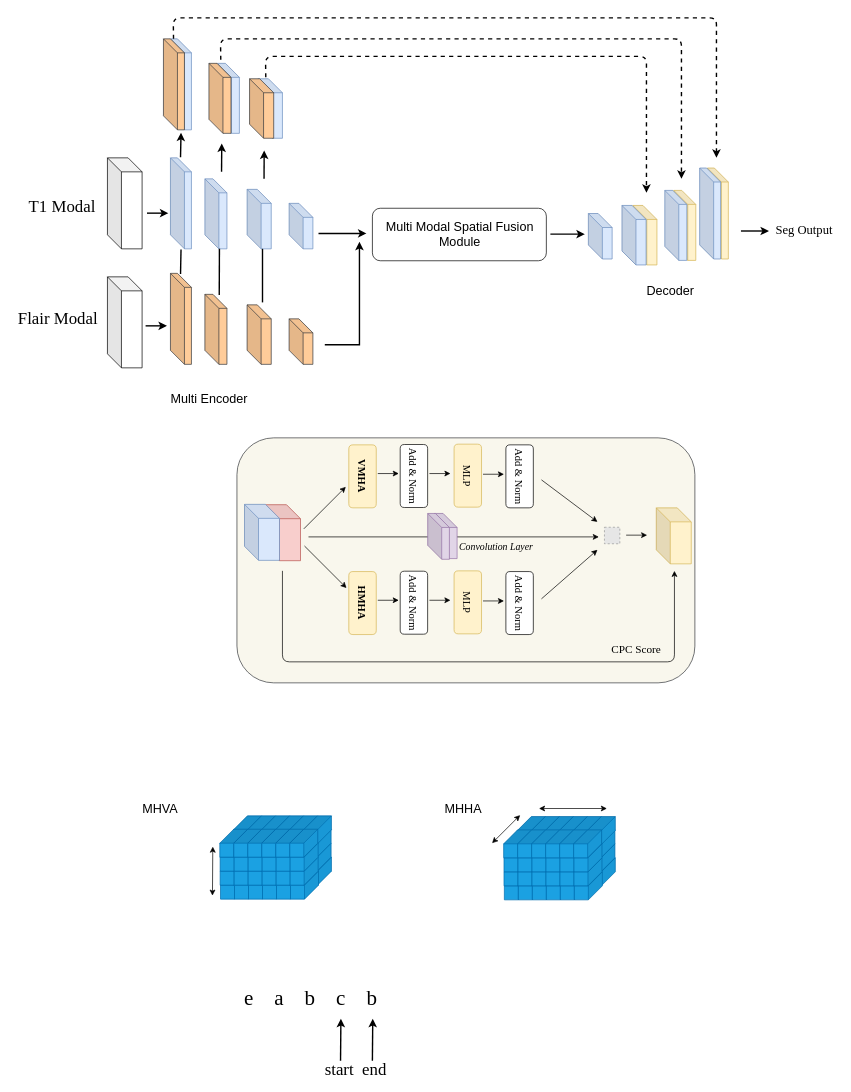
Before: image_spatial_transformer.drawio in 920232796/test, a draw.io diagram. Source tidied: cells renumbered, new cells numbered last; positions are measured from the earlier drawing's top-left corner, leaving out a move shared by most shapes. Both pictures are drawn from the tidied source at 70%, with x=0, y=0 at pixel (12, 18). Pictures stored in the file or linked from it are replaced by grey dashed boxes.
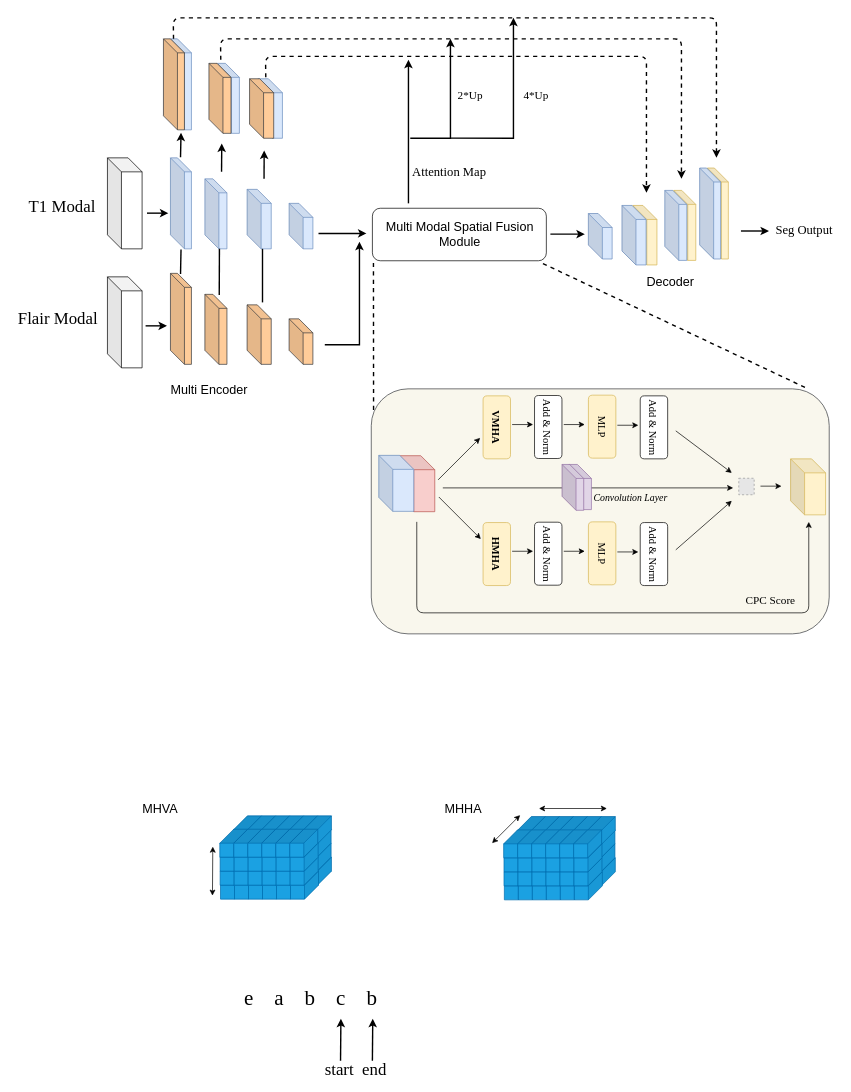
Above is the later version.

The edit, as a diff of the source:
```diff
@@
     <mxCell id="20" style="rounded=1;whiteSpace=wrap;html=1;align=center;fillColor=#f9f7ed;strokeColor=#36393d;" parent="1" vertex="1">
-      <mxGeometry x="321" y="600" width="654.2" height="350" as="geometry" />
+      <mxGeometry x="512.9" y="530" width="654.2" height="350" as="geometry" />
     </mxCell>
     <mxCell id="21" style="shape=cube;whiteSpace=wrap;html=1;boundedLbl=1;backgroundOutline=1;darkOpacity=0.05;darkOpacity2=0.1;fillColor=#f8cecc;strokeColor=#b85450;" parent="1" vertex="1">
-      <mxGeometry x="361.8" y="695.5" width="50" height="80" as="geometry" />
+      <mxGeometry x="553.6" y="625.5" width="50" height="80" as="geometry" />
     </mxCell>
     <mxCell id="22" style="shape=cube;whiteSpace=wrap;html=1;boundedLbl=1;backgroundOutline=1;darkOpacity=0.05;darkOpacity2=0.1;fillColor=#dae8fc;strokeColor=#6c8ebf;" parent="1" vertex="1">
-      <mxGeometry x="331.8" y="695" width="50" height="80" as="geometry" />
+      <mxGeometry x="523.6" y="625" width="50" height="80" as="geometry" />
     </mxCell>
     <mxCell id="23" value="&lt;font face=&quot;Times New Roman&quot; style=&quot;font-size: 15px&quot;&gt;VMHA&lt;/font&gt;" style="rounded=1;whiteSpace=wrap;html=1;align=center;horizontal=0;rotation=-180;fillColor=#fff2cc;strokeColor=#d6b656;fontSize=15;fontStyle=1;" parent="1" vertex="1">
-      <mxGeometry x="480.8" y="610" width="39.2" height="90" as="geometry" />
+      <mxGeometry x="672.6" y="540" width="39.2" height="90" as="geometry" />
     </mxCell>
     <mxCell id="24" style="endArrow=classic;html=1;" parent="1" edge="1">
       <mxGeometry relative="1" as="geometry">
-        <mxPoint x="522.2" y="651" as="sourcePoint" />
-        <mxPoint x="552.2" y="651" as="targetPoint" />
+        <mxPoint x="714.1" y="581" as="sourcePoint" />
+        <mxPoint x="744.1" y="581" as="targetPoint" />
       </mxGeometry>
     </mxCell>
     <mxCell id="25" style="endArrow=classic;html=1;exitX=0.995;exitY=0.514;exitDx=0;exitDy=0;exitPerimeter=0;" parent="1" edge="1">
       <mxGeometry relative="1" as="geometry">
-        <mxPoint x="416.5" y="730" as="sourcePoint" />
-        <mxPoint x="476.2" y="670" as="targetPoint" />
+        <mxPoint x="608.4" y="660" as="sourcePoint" />
+        <mxPoint x="668.1" y="600" as="targetPoint" />
         <Array as="points">
-          <mxPoint x="476.5" y="670" />
+          <mxPoint x="668.4" y="600" />
         </Array>
       </mxGeometry>
     </mxCell>
     <mxCell id="26" style="endArrow=classic;html=1;" parent="1" edge="1">
       <mxGeometry relative="1" as="geometry">
-        <mxPoint x="596" y="651" as="sourcePoint" />
-        <mxPoint x="626" y="651" as="targetPoint" />
+        <mxPoint x="787.9" y="581" as="sourcePoint" />
+        <mxPoint x="817.9" y="581" as="targetPoint" />
       </mxGeometry>
     </mxCell>
     <mxCell id="27" value="MLP" style="rounded=1;whiteSpace=wrap;html=1;align=center;horizontal=0;rotation=-180;fillColor=#fff2cc;strokeColor=#d6b656;fontFamily=Times New Roman;fontSize=15;" parent="1" vertex="1">
-      <mxGeometry x="631.2" y="609" width="39.2" height="90" as="geometry" />
+      <mxGeometry x="823.1" y="539" width="39.2" height="90" as="geometry" />
     </mxCell>
     <mxCell id="28" style="endArrow=classic;html=1;" parent="1" edge="1">
       <mxGeometry relative="1" as="geometry">
-        <mxPoint x="672.5" y="652" as="sourcePoint" />
-        <mxPoint x="702.5" y="652" as="targetPoint" />
+        <mxPoint x="864.4" y="582" as="sourcePoint" />
+        <mxPoint x="894.4" y="582" as="targetPoint" />
       </mxGeometry>
     </mxCell>
     <mxCell id="29" value="Add &amp;amp; Norm" style="rounded=1;whiteSpace=wrap;html=1;align=center;horizontal=0;rotation=-180;fontFamily=Times New Roman;fontSize=15;" parent="1" vertex="1">
-      <mxGeometry x="705.2" y="610" width="39.2" height="90" as="geometry" />
+      <mxGeometry x="897.1" y="540" width="39.2" height="90" as="geometry" />
     </mxCell>
     <mxCell id="30" style="endArrow=classic;html=1;exitX=0.995;exitY=0.514;exitDx=0;exitDy=0;exitPerimeter=0;" parent="1" edge="1">
       <mxGeometry relative="1" as="geometry">
-        <mxPoint x="417.5" y="754.5" as="sourcePoint" />
-        <mxPoint x="477.2" y="814.5" as="targetPoint" />
+        <mxPoint x="609.4" y="684.5" as="sourcePoint" />
+        <mxPoint x="669.1" y="744.5" as="targetPoint" />
         <Array as="points">
-          <mxPoint x="477.5" y="814.5" />
+          <mxPoint x="669.4" y="744.5" />
         </Array>
       </mxGeometry>
     </mxCell>
     <mxCell id="31" style="endArrow=classic;html=1;" parent="1" edge="1">
       <mxGeometry relative="1" as="geometry">
-        <mxPoint x="756" y="660" as="sourcePoint" />
-        <mxPoint x="836" y="720" as="targetPoint" />
+        <mxPoint x="947.9" y="590" as="sourcePoint" />
+        <mxPoint x="1027.9" y="650" as="targetPoint" />
       </mxGeometry>
     </mxCell>
     <mxCell id="32" style="endArrow=classic;html=1;" parent="1" edge="1">
       <mxGeometry relative="1" as="geometry">
-        <mxPoint x="756" y="830" as="sourcePoint" />
-        <mxPoint x="836" y="760" as="targetPoint" />
+        <mxPoint x="947.9" y="760" as="sourcePoint" />
+        <mxPoint x="1027.9" y="690" as="targetPoint" />
       </mxGeometry>
     </mxCell>
     <mxCell id="33" style="fillColor=#E6E6E6;strokeColor=#999999;dashed=1;verticalLabelPosition=bottom;labelBackgroundColor=#ffffff;verticalAlign=top;" parent="1" vertex="1">
-      <mxGeometry x="846" y="727.7" width="22" height="23.6" as="geometry" />
+      <mxGeometry x="1037.9" y="657.7" width="22" height="23.6" as="geometry" />
     </mxCell>
     <mxCell id="34" style="endArrow=classic;html=1;" parent="1" edge="1">
       <mxGeometry relative="1" as="geometry">
-        <mxPoint x="423.2" y="741.5" as="sourcePoint" />
-        <mxPoint x="838" y="741.5" as="targetPoint" />
+        <mxPoint x="615.1" y="671.5" as="sourcePoint" />
+        <mxPoint x="1029.9" y="671.5" as="targetPoint" />
       </mxGeometry>
     </mxCell>
     <mxCell id="35" style="shape=cube;whiteSpace=wrap;html=1;boundedLbl=1;backgroundOutline=1;darkOpacity=0.05;darkOpacity2=0.1;align=center;fillColor=#e1d5e7;strokeColor=#9673a6;" parent="1" vertex="1">
-      <mxGeometry x="603.5" y="708" width="32" height="64.5" as="geometry" />
+      <mxGeometry x="795.4" y="638" width="32" height="64.5" as="geometry" />
     </mxCell>
     <mxCell id="36" style="shape=cube;whiteSpace=wrap;html=1;boundedLbl=1;backgroundOutline=1;darkOpacity=0.05;darkOpacity2=0.1;align=center;fillColor=#e1d5e7;strokeColor=#9673a6;" parent="1" vertex="1">
-      <mxGeometry x="593.5" y="708" width="31" height="65.5" as="geometry" />
+      <mxGeometry x="785.4" y="638" width="31" height="65.5" as="geometry" />
     </mxCell>
     <mxCell id="37" value="&lt;font style=&quot;font-size: 14px;&quot; face=&quot;Times New Roman&quot;&gt;&lt;i style=&quot;font-size: 14px;&quot;&gt;Convolution Layer&lt;/i&gt;&lt;/font&gt;" style="text;html=1;align=center;verticalAlign=middle;fontSize=14;" parent="1" vertex="1">
-      <mxGeometry x="631" y="746.3" width="120" height="20" as="geometry" />
+      <mxGeometry x="822.9" y="676.3" width="120" height="20" as="geometry" />
     </mxCell>
     <mxCell id="38" style="shape=cube;whiteSpace=wrap;html=1;boundedLbl=1;backgroundOutline=1;darkOpacity=0.05;darkOpacity2=0.1;fillColor=#fff2cc;strokeColor=#d6b656;" parent="1" vertex="1">
-      <mxGeometry x="920" y="700" width="50" height="80" as="geometry" />
+      <mxGeometry x="1111.9" y="630" width="50" height="80" as="geometry" />
     </mxCell>
@@
     <mxCell id="132" value="Multi Encoder" style="text;html=1;align=center;verticalAlign=middle;strokeColor=none;fillColor=none;fontSize=18;" parent="1" vertex="1">
-      <mxGeometry x="216" y="530" width="130" height="30" as="geometry" />
+      <mxGeometry x="216" y="517" width="130" height="30" as="geometry" />
     </mxCell>
@@
     <mxCell id="139" value="Decoder" style="text;html=1;align=center;verticalAlign=middle;strokeColor=none;fillColor=none;fontSize=18;" parent="1" vertex="1">
-      <mxGeometry x="900" y="374.5" width="80" height="30" as="geometry" />
+      <mxGeometry x="900" y="362.5" width="80" height="30" as="geometry" />
     </mxCell>
     <mxCell id="140" value="Add &amp;amp; Norm" style="rounded=1;whiteSpace=wrap;html=1;align=center;horizontal=0;rotation=-180;fontFamily=Times New Roman;fontSize=15;" parent="1" vertex="1">
-      <mxGeometry x="554.2" y="609.5" width="39.2" height="90" as="geometry" />
+      <mxGeometry x="746.1" y="539.5" width="39.2" height="90" as="geometry" />
     </mxCell>
     <mxCell id="141" value="&lt;font style=&quot;font-size: 15px&quot;&gt;HMHA&lt;/font&gt;" style="rounded=1;whiteSpace=wrap;html=1;align=center;horizontal=0;rotation=-180;fillColor=#fff2cc;strokeColor=#d6b656;fontFamily=Times New Roman;fontSize=15;fontColor=#000000;fontStyle=1;" parent="1" vertex="1">
-      <mxGeometry x="480.8" y="791" width="39.2" height="90" as="geometry" />
+      <mxGeometry x="672.6" y="721" width="39.2" height="90" as="geometry" />
     </mxCell>
     <mxCell id="142" style="endArrow=classic;html=1;" parent="1" edge="1">
       <mxGeometry relative="1" as="geometry">
-        <mxPoint x="522.2" y="832" as="sourcePoint" />
-        <mxPoint x="552.2" y="832" as="targetPoint" />
+        <mxPoint x="714.1" y="762" as="sourcePoint" />
+        <mxPoint x="744.1" y="762" as="targetPoint" />
       </mxGeometry>
     </mxCell>
     <mxCell id="143" style="endArrow=classic;html=1;" parent="1" edge="1">
       <mxGeometry relative="1" as="geometry">
-        <mxPoint x="596" y="832" as="sourcePoint" />
-        <mxPoint x="626" y="832" as="targetPoint" />
+        <mxPoint x="787.9" y="762" as="sourcePoint" />
+        <mxPoint x="817.9" y="762" as="targetPoint" />
       </mxGeometry>
     </mxCell>
     <mxCell id="144" value="MLP" style="rounded=1;whiteSpace=wrap;html=1;align=center;horizontal=0;rotation=-180;fillColor=#fff2cc;strokeColor=#d6b656;fontFamily=Times New Roman;fontSize=15;" parent="1" vertex="1">
-      <mxGeometry x="631.2" y="790" width="39.2" height="90" as="geometry" />
+      <mxGeometry x="823.1" y="720" width="39.2" height="90" as="geometry" />
     </mxCell>
     <mxCell id="145" style="endArrow=classic;html=1;" parent="1" edge="1">
       <mxGeometry relative="1" as="geometry">
-        <mxPoint x="672.5" y="833" as="sourcePoint" />
-        <mxPoint x="702.5" y="833" as="targetPoint" />
+        <mxPoint x="864.4" y="763" as="sourcePoint" />
+        <mxPoint x="894.4" y="763" as="targetPoint" />
       </mxGeometry>
     </mxCell>
     <mxCell id="146" value="Add &amp;amp; Norm" style="rounded=1;whiteSpace=wrap;html=1;align=center;horizontal=0;rotation=-180;fontFamily=Times New Roman;fontSize=15;" parent="1" vertex="1">
-      <mxGeometry x="705.2" y="791" width="39.2" height="90" as="geometry" />
+      <mxGeometry x="897.1" y="721" width="39.2" height="90" as="geometry" />
     </mxCell>
     <mxCell id="147" value="Add &amp;amp; Norm" style="rounded=1;whiteSpace=wrap;html=1;align=center;horizontal=0;rotation=-180;fontFamily=Times New Roman;fontSize=15;" parent="1" vertex="1">
-      <mxGeometry x="554.2" y="790.5" width="39.2" height="90" as="geometry" />
+      <mxGeometry x="746.1" y="720.5" width="39.2" height="90" as="geometry" />
     </mxCell>
     <mxCell id="148" style="endArrow=classic;html=1;" parent="1" edge="1">
       <mxGeometry relative="1" as="geometry">
-        <mxPoint x="877" y="739" as="sourcePoint" />
-        <mxPoint x="907" y="739" as="targetPoint" />
+        <mxPoint x="1068.9" y="669" as="sourcePoint" />
+        <mxPoint x="1098.9" y="669" as="targetPoint" />
       </mxGeometry>
     </mxCell>
@@
     <mxCell id="160" style="endArrow=classic;html=1;" parent="1" edge="1">
       <mxGeometry relative="1" as="geometry">
-        <mxPoint x="386" y="790" as="sourcePoint" />
-        <mxPoint x="946" y="790" as="targetPoint" />
+        <mxPoint x="577.9" y="720" as="sourcePoint" />
+        <mxPoint x="1137.9" y="720" as="targetPoint" />
         <Array as="points">
-          <mxPoint x="386" y="920" />
-          <mxPoint x="946" y="920" />
+          <mxPoint x="577.9" y="850" />
+          <mxPoint x="1137.9" y="850" />
         </Array>
       </mxGeometry>
     </mxCell>
     <mxCell id="161" value="&lt;font style=&quot;font-size: 16px&quot;&gt;CPC Score&lt;/font&gt;" style="text;html=1;align=center;verticalAlign=middle;strokeColor=none;fillColor=none;fontSize=24;fontFamily=Times New Roman;fontColor=#000000;" parent="1" vertex="1">
-      <mxGeometry x="846" y="880" width="90" height="40" as="geometry" />
+      <mxGeometry x="1037.9" y="810" width="90" height="40" as="geometry" />
     </mxCell>
@@
+    <mxCell id="182" style="endArrow=none;dashed=1;html=1;strokeWidth=2;rounded=1;fontFamily=Times New Roman;fontSize=16;fontColor=#000000;exitX=0.005;exitY=0.086;exitDx=0;exitDy=0;exitPerimeter=0;" parent="1" edge="1" source="20">
+      <mxGeometry relative="1" as="geometry">
+        <mxPoint x="516" y="350" as="targetPoint" />
+      </mxGeometry>
+    </mxCell>
+    <mxCell id="183" style="endArrow=none;dashed=1;html=1;strokeWidth=2;rounded=1;fontFamily=Times New Roman;fontSize=16;fontColor=#000000;exitX=0.947;exitY=-0.006;exitDx=0;exitDy=0;exitPerimeter=0;" parent="1" edge="1" source="20">
+      <mxGeometry relative="1" as="geometry">
+        <mxPoint x="756" y="350" as="targetPoint" />
+      </mxGeometry>
+    </mxCell>
+    <mxCell id="184" style="endArrow=classic;html=1;rounded=0;fontSize=18;strokeWidth=2;" parent="1" edge="1">
+      <mxGeometry relative="1" as="geometry">
+        <mxPoint x="566" y="265" as="sourcePoint" />
+        <mxPoint x="566" y="60" as="targetPoint" />
+      </mxGeometry>
+    </mxCell>
+    <mxCell id="185" style="endArrow=classic;html=1;rounded=0;fontSize=18;strokeWidth=2;" parent="1" edge="1">
+      <mxGeometry relative="1" as="geometry">
+        <mxPoint x="568.6" y="172" as="sourcePoint" />
+        <mxPoint x="626" y="30" as="targetPoint" />
+        <Array as="points">
+          <mxPoint x="626" y="172" />
+        </Array>
+      </mxGeometry>
+    </mxCell>
+    <mxCell id="186" value="2*Up" style="text;html=1;align=center;verticalAlign=middle;strokeColor=none;fillColor=none;fontSize=16;fontFamily=Times New Roman;fontColor=#000000;" parent="1" vertex="1">
+      <mxGeometry x="628.5" y="100" width="50" height="20" as="geometry" />
+    </mxCell>
+    <mxCell id="187" style="endArrow=classic;html=1;rounded=0;fontSize=18;strokeWidth=2;" parent="1" edge="1">
+      <mxGeometry relative="1" as="geometry">
+        <mxPoint x="626" y="171.8" as="sourcePoint" />
+        <mxPoint x="716" as="targetPoint" />
+        <Array as="points">
+          <mxPoint x="716" y="172" />
+        </Array>
+      </mxGeometry>
+    </mxCell>
+    <mxCell id="188" value="4*Up" style="text;html=1;align=center;verticalAlign=middle;strokeColor=none;fillColor=none;fontSize=16;fontFamily=Times New Roman;fontColor=#000000;" parent="1" vertex="1">
+      <mxGeometry x="723" y="100" width="50" height="20" as="geometry" />
+    </mxCell>
+    <mxCell id="189" value="&lt;font style=&quot;font-size: 18px&quot;&gt;Attention Map&lt;/font&gt;" style="text;html=1;align=center;verticalAlign=middle;strokeColor=none;fillColor=none;fontSize=16;fontFamily=Times New Roman;fontColor=#000000;" parent="1" vertex="1">
+      <mxGeometry x="563.5" y="210" width="120" height="20" as="geometry" />
+    </mxCell>
```
